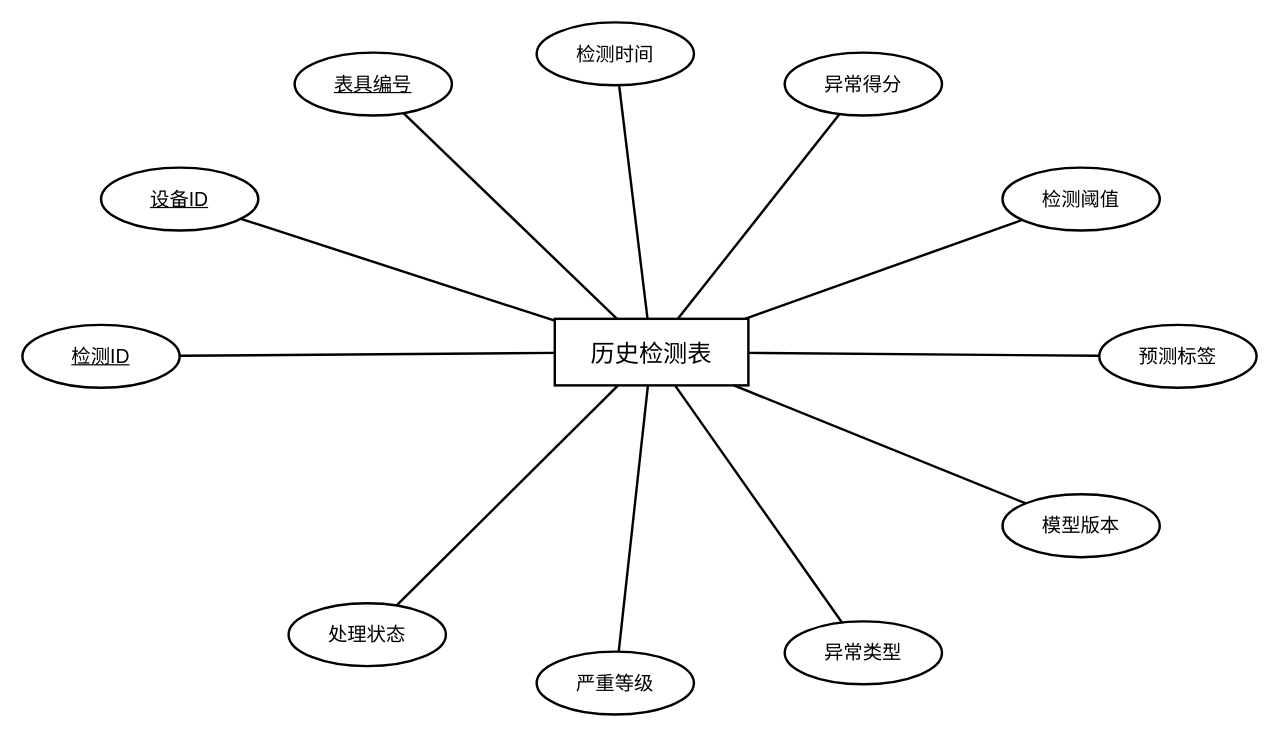
Above: pictures_drawio/历史检测表E-R图.drawio in solisW/my_thesis_system (draw.io), before the change. Source tidied: cells renumbered, new cells numbered last; positions are measured from the earlier drawing's top-left corner, leaving out a move shared by most shapes. Both pictures are drawn from the tidied source at 121%, with x=0, y=0 at pixel (22, 22).
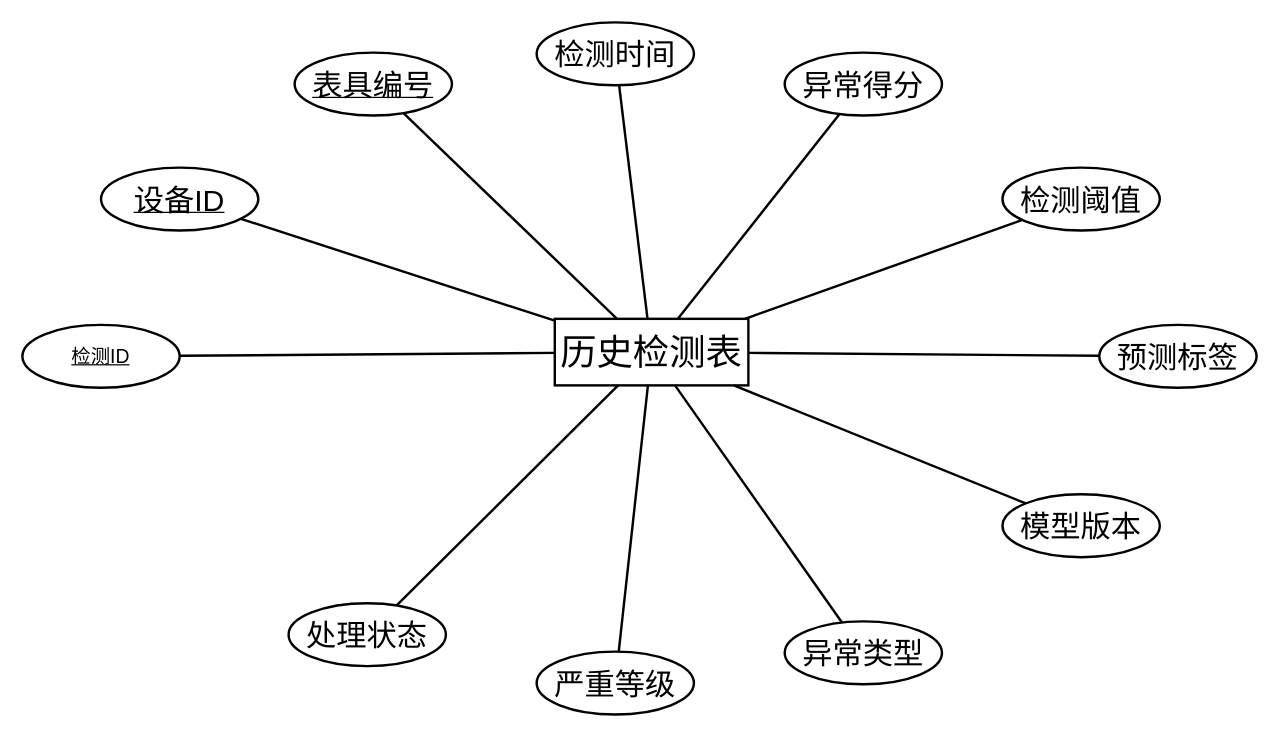
Above is the later version.

What changed in the source:
```diff
@@
-    <mxCell id="2" value="历史检测表" style="rounded=0;whiteSpace=wrap;html=1;fillColor=#ffffff;strokeColor=#000000;strokeWidth=2;fontSize=20;" parent="1" vertex="1">
+    <mxCell id="2" value="&lt;font style=&quot;font-size: 30px;&quot;&gt;历史检测表&lt;/font&gt;" style="rounded=0;whiteSpace=wrap;html=1;fillColor=#ffffff;strokeColor=#000000;strokeWidth=2;fontSize=20;" parent="1" vertex="1">
       <mxGeometry x="440" y="245" width="160" height="55" as="geometry" />
     </mxCell>
-    <mxCell id="3" value="&lt;u&gt;检测ID&lt;/u&gt;" style="ellipse;whiteSpace=wrap;html=1;fillColor=#ffffff;strokeColor=#000000;strokeWidth=2;fontSize=16;" parent="1" vertex="1">
+    <mxCell id="3" value="&lt;u&gt;&lt;font&gt;检测ID&lt;/font&gt;&lt;/u&gt;" style="ellipse;whiteSpace=wrap;html=1;fillColor=#ffffff;strokeColor=#000000;strokeWidth=2;fontSize=16;" parent="1" vertex="1">
       <mxGeometry y="250" width="130" height="52" as="geometry" />
     </mxCell>
@@
-    <mxCell id="5" value="&lt;u&gt;设备ID&lt;/u&gt;" style="ellipse;whiteSpace=wrap;html=1;fillColor=#ffffff;strokeColor=#000000;strokeWidth=2;fontSize=16;" parent="1" vertex="1">
+    <mxCell id="5" value="&lt;u&gt;&lt;font style=&quot;font-size: 25px;&quot;&gt;设备ID&lt;/font&gt;&lt;/u&gt;" style="ellipse;whiteSpace=wrap;html=1;fillColor=#ffffff;strokeColor=#000000;strokeWidth=2;fontSize=16;" parent="1" vertex="1">
       <mxGeometry x="65" y="120" width="130" height="52" as="geometry" />
     </mxCell>
@@
-    <mxCell id="7" value="&lt;u&gt;表具编号&lt;/u&gt;" style="ellipse;whiteSpace=wrap;html=1;fillColor=#ffffff;strokeColor=#000000;strokeWidth=2;fontSize=16;" parent="1" vertex="1">
+    <mxCell id="7" value="&lt;u&gt;&lt;font style=&quot;font-size: 25px;&quot;&gt;表具编号&lt;/font&gt;&lt;/u&gt;" style="ellipse;whiteSpace=wrap;html=1;fillColor=#ffffff;strokeColor=#000000;strokeWidth=2;fontSize=16;" parent="1" vertex="1">
       <mxGeometry x="225" y="25" width="130" height="52" as="geometry" />
     </mxCell>
@@
-    <mxCell id="9" value="检测时间" style="ellipse;whiteSpace=wrap;html=1;fillColor=#ffffff;strokeColor=#000000;strokeWidth=2;fontSize=16;" parent="1" vertex="1">
+    <mxCell id="9" value="&lt;font style=&quot;font-size: 25px;&quot;&gt;检测时间&lt;/font&gt;" style="ellipse;whiteSpace=wrap;html=1;fillColor=#ffffff;strokeColor=#000000;strokeWidth=2;fontSize=16;" parent="1" vertex="1">
       <mxGeometry x="425" width="130" height="52" as="geometry" />
     </mxCell>
@@
-    <mxCell id="11" value="异常得分" style="ellipse;whiteSpace=wrap;html=1;fillColor=#ffffff;strokeColor=#000000;strokeWidth=2;fontSize=16;" parent="1" vertex="1">
+    <mxCell id="11" value="&lt;font style=&quot;font-size: 25px;&quot;&gt;异常得分&lt;/font&gt;" style="ellipse;whiteSpace=wrap;html=1;fillColor=#ffffff;strokeColor=#000000;strokeWidth=2;fontSize=16;" parent="1" vertex="1">
       <mxGeometry x="630" y="25" width="130" height="52" as="geometry" />
     </mxCell>
@@
-    <mxCell id="13" value="检测阈值" style="ellipse;whiteSpace=wrap;html=1;fillColor=#ffffff;strokeColor=#000000;strokeWidth=2;fontSize=16;" parent="1" vertex="1">
+    <mxCell id="13" value="&lt;font style=&quot;font-size: 25px;&quot;&gt;检测阈值&lt;/font&gt;" style="ellipse;whiteSpace=wrap;html=1;fillColor=#ffffff;strokeColor=#000000;strokeWidth=2;fontSize=16;" parent="1" vertex="1">
       <mxGeometry x="810" y="120" width="130" height="52" as="geometry" />
     </mxCell>
@@
-    <mxCell id="15" value="预测标签" style="ellipse;whiteSpace=wrap;html=1;fillColor=#ffffff;strokeColor=#000000;strokeWidth=2;fontSize=16;" parent="1" vertex="1">
+    <mxCell id="15" value="&lt;font style=&quot;font-size: 25px;&quot;&gt;预测标签&lt;/font&gt;" style="ellipse;whiteSpace=wrap;html=1;fillColor=#ffffff;strokeColor=#000000;strokeWidth=2;fontSize=16;" parent="1" vertex="1">
       <mxGeometry x="890" y="250" width="130" height="52" as="geometry" />
     </mxCell>
@@
-    <mxCell id="17" value="模型版本" style="ellipse;whiteSpace=wrap;html=1;fillColor=#ffffff;strokeColor=#000000;strokeWidth=2;fontSize=16;" parent="1" vertex="1">
+    <mxCell id="17" value="&lt;font style=&quot;font-size: 25px;&quot;&gt;模型版本&lt;/font&gt;" style="ellipse;whiteSpace=wrap;html=1;fillColor=#ffffff;strokeColor=#000000;strokeWidth=2;fontSize=16;" parent="1" vertex="1">
       <mxGeometry x="810" y="390" width="130" height="52" as="geometry" />
     </mxCell>
@@
-    <mxCell id="19" value="异常类型" style="ellipse;whiteSpace=wrap;html=1;fillColor=#ffffff;strokeColor=#000000;strokeWidth=2;fontSize=16;" parent="1" vertex="1">
+    <mxCell id="19" value="&lt;font style=&quot;font-size: 25px;&quot;&gt;异常类型&lt;/font&gt;" style="ellipse;whiteSpace=wrap;html=1;fillColor=#ffffff;strokeColor=#000000;strokeWidth=2;fontSize=16;" parent="1" vertex="1">
       <mxGeometry x="630" y="495" width="130" height="52" as="geometry" />
     </mxCell>
@@
-    <mxCell id="21" value="严重等级" style="ellipse;whiteSpace=wrap;html=1;fillColor=#ffffff;strokeColor=#000000;strokeWidth=2;fontSize=16;" parent="1" vertex="1">
+    <mxCell id="21" value="&lt;font style=&quot;font-size: 25px;&quot;&gt;严重等级&lt;/font&gt;" style="ellipse;whiteSpace=wrap;html=1;fillColor=#ffffff;strokeColor=#000000;strokeWidth=2;fontSize=16;" parent="1" vertex="1">
       <mxGeometry x="425" y="520" width="130" height="52" as="geometry" />
     </mxCell>
@@
-    <mxCell id="23" value="处理状态" style="ellipse;whiteSpace=wrap;html=1;fillColor=#ffffff;strokeColor=#000000;strokeWidth=2;fontSize=16;" parent="1" vertex="1">
+    <mxCell id="23" value="&lt;font style=&quot;font-size: 25px;&quot;&gt;处理状态&lt;/font&gt;" style="ellipse;whiteSpace=wrap;html=1;fillColor=#ffffff;strokeColor=#000000;strokeWidth=2;fontSize=16;" parent="1" vertex="1">
       <mxGeometry x="220" y="480" width="130" height="52" as="geometry" />
     </mxCell>
```
